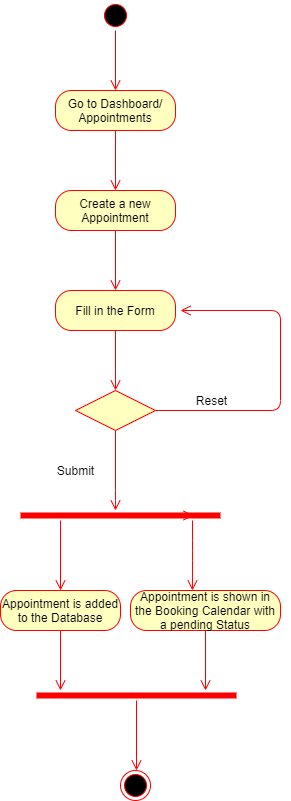
kkasharaj17/SE-project keeps this draw.io diagram as Diagrams/Activity Diagrams FINAL/AC_04_Create Appointment.png. Above is the earlier version. Source tidied: cells renumbered, new cells last; positions are measured from the earlier drawing's top-left corner, leaving out a move shared by most shapes.
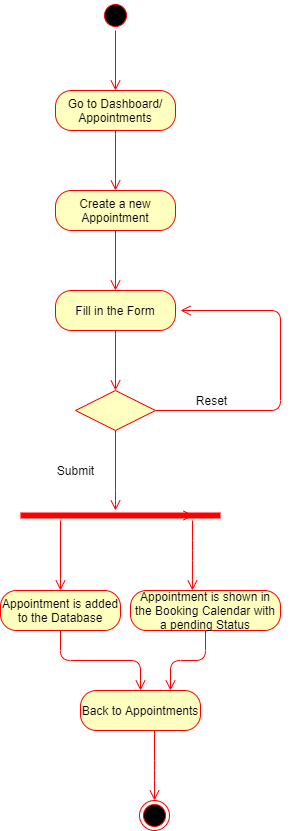
After the change.

Diff of the diagram source:
```diff
@@ -79,18 +79,14 @@
     <mxCell id="17" value="Appointment is added to the Database" style="rounded=1;whiteSpace=wrap;html=1;arcSize=40;fontColor=#000000;fillColor=#ffffc0;strokeColor=#ff0000;" parent="1" vertex="1">
       <mxGeometry y="590" width="120" height="40" as="geometry" />
     </mxCell>
-    <mxCell id="18" style="edgeStyle=orthogonalEdgeStyle;html=1;verticalAlign=bottom;endArrow=open;endSize=8;strokeColor=#ff0000;" parent="1" edge="1" source="17">
-      <mxGeometry relative="1" as="geometry">
-        <mxPoint x="60" y="690" as="targetPoint" />
-      </mxGeometry>
+    <mxCell id="18" style="edgeStyle=orthogonalEdgeStyle;html=1;verticalAlign=bottom;endArrow=open;endSize=8;strokeColor=#ff0000;" parent="1" edge="1" source="17" target="26">
+      <mxGeometry relative="1" as="geometry" />
     </mxCell>
     <mxCell id="19" value="Appointment is shown in the Booking Calendar with a pending Status" style="rounded=1;whiteSpace=wrap;html=1;arcSize=40;fontColor=#000000;fillColor=#ffffc0;strokeColor=#ff0000;" parent="1" vertex="1">
       <mxGeometry x="130" y="590" width="150" height="40" as="geometry" />
     </mxCell>
-    <mxCell id="20" style="edgeStyle=orthogonalEdgeStyle;html=1;verticalAlign=bottom;endArrow=open;endSize=8;strokeColor=#ff0000;" parent="1" edge="1" source="19">
-      <mxGeometry relative="1" as="geometry">
-        <mxPoint x="205" y="690" as="targetPoint" />
-      </mxGeometry>
+    <mxCell id="20" style="edgeStyle=orthogonalEdgeStyle;html=1;verticalAlign=bottom;endArrow=open;endSize=8;strokeColor=#ff0000;entryX=0.75;entryY=0;entryDx=0;entryDy=0;" parent="1" edge="1" source="19" target="26">
+      <mxGeometry relative="1" as="geometry" />
     </mxCell>
     <mxCell id="21" style="shape=line;html=1;strokeWidth=6;strokeColor=#ff0000;" parent="1" vertex="1">
       <mxGeometry x="20" y="510" width="200" height="10" as="geometry" />
@@ -101,16 +97,19 @@
         <mxPoint x="193" y="515" as="targetPoint" />
       </mxGeometry>
     </mxCell>
-    <mxCell id="23" style="shape=line;html=1;strokeWidth=6;strokeColor=#ff0000;" parent="1" vertex="1">
-      <mxGeometry x="36" y="690" width="200" height="10" as="geometry" />
-    </mxCell>
-    <mxCell id="24" style="edgeStyle=orthogonalEdgeStyle;html=1;verticalAlign=bottom;endArrow=open;endSize=8;strokeColor=#ff0000;" parent="1" edge="1" source="23">
-      <mxGeometry relative="1" as="geometry">
-        <mxPoint x="136" y="770" as="targetPoint" />
-      </mxGeometry>
-    </mxCell>
     <mxCell id="25" style="ellipse;html=1;shape=endState;fillColor=#000000;strokeColor=#ff0000;" parent="1" vertex="1">
-      <mxGeometry x="120" y="770" width="30" height="30" as="geometry" />
+      <mxGeometry x="139" y="800" width="30" height="30" as="geometry" />
     </mxCell>
+    <mxCell id="26" value="Back to Appointments" style="rounded=1;whiteSpace=wrap;html=1;arcSize=40;fontColor=#000000;fillColor=#ffffc0;strokeColor=#ff0000;" parent="1" vertex="1">
+      <mxGeometry x="80" y="690" width="120" height="40" as="geometry" />
+    </mxCell>
+    <mxCell id="27" style="edgeStyle=orthogonalEdgeStyle;html=1;verticalAlign=bottom;endArrow=open;endSize=8;strokeColor=#ff0000;entryX=0.5;entryY=0;entryDx=0;entryDy=0;" parent="1" edge="1" source="26" target="25">
+      <mxGeometry relative="1" as="geometry">
+        <Array as="points">
+          <mxPoint x="154" y="770" />
+          <mxPoint x="154" y="770" />
+        </Array>
+      </mxGeometry>
+    </mxCell>
   </root>
 </mxGraphModel>
```
